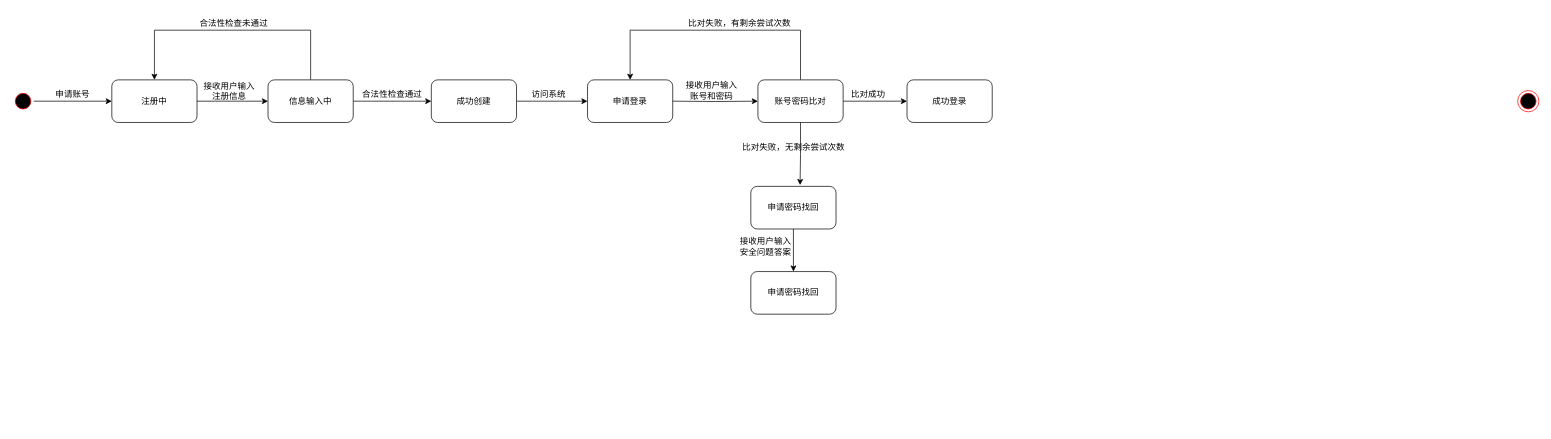
The draw.io diagram User状态图.drawio in PomeloLemon/SoftwareDiagrams, before the edit. Source tidied: cells renumbered, new cells numbered last; positions are measured from the earlier drawing's top-left corner, leaving out a move shared by most shapes. Both pictures are drawn from the tidied source at 71%, with x=0, y=0 at pixel (12, 12).
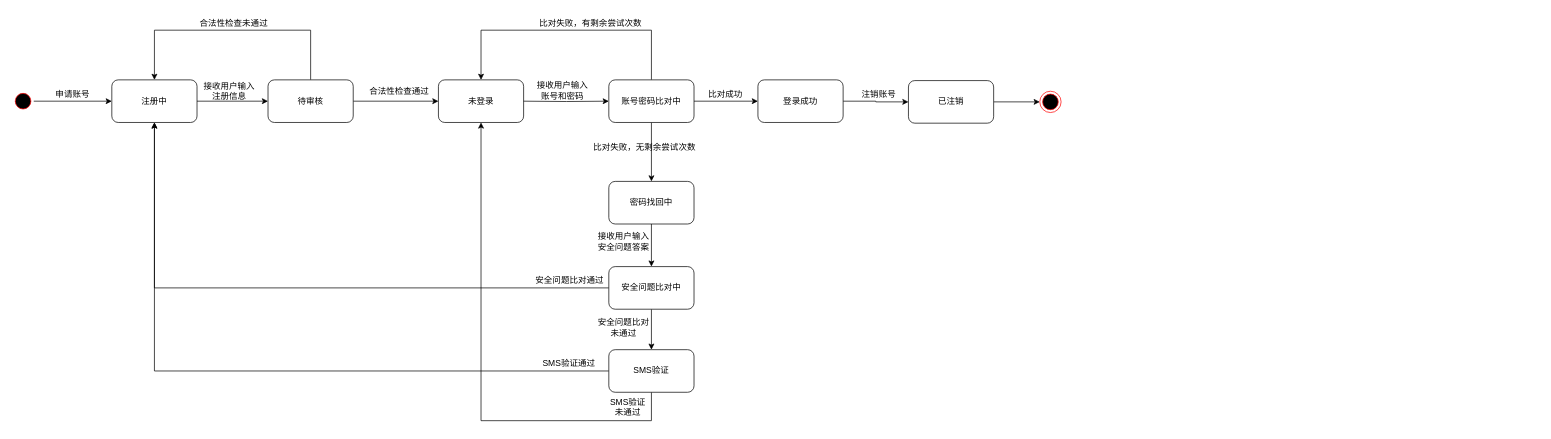
After the change.

Commit message (it also covers changes not shown here):
更新User状态图.drawio

The change refers to these unchanged cells:
```xml
<mxCell id="3" value="注册中" style="rounded=1;whiteSpace=wrap;html=1;" parent="1" vertex="1">
  <mxGeometry x="140" y="95" width="120" height="60" as="geometry" />
</mxCell>
```

Change to the diagram source:
```diff
@@
-    <mxCell id="7" style="edgeStyle=orthogonalEdgeStyle;rounded=0;jettySize=auto;html=1;" parent="1" edge="1" source="9" target="12">
-      <mxGeometry relative="1" as="geometry" />
-    </mxCell>
@@
+    <mxCell id="32" style="edgeStyle=orthogonalEdgeStyle;rounded=0;jettySize=auto;html=1;entryX=0;entryY=0.5;entryDx=0;entryDy=0;" parent="1" edge="1" source="9" target="13">
+      <mxGeometry relative="1" as="geometry" />
+    </mxCell>
-    <mxCell id="9" value="信息输入中" style="rounded=1;whiteSpace=wrap;html=1;" parent="1" vertex="1">
+    <mxCell id="9" value="待审核" style="rounded=1;whiteSpace=wrap;html=1;" parent="1" vertex="1">
       <mxGeometry x="360" y="95" width="120" height="60" as="geometry" />
     </mxCell>
@@
-    <mxCell id="11" style="edgeStyle=orthogonalEdgeStyle;rounded=0;jettySize=auto;html=1;entryX=0;entryY=0.5;entryDx=0;entryDy=0;" parent="1" edge="1" source="12" target="13">
-      <mxGeometry relative="1" as="geometry" />
-    </mxCell>
-    <mxCell id="12" value="成功创建" style="rounded=1;whiteSpace=wrap;html=1;" parent="1" vertex="1">
-      <mxGeometry x="590" y="95" width="120" height="60" as="geometry" />
-    </mxCell>
-    <mxCell id="13" value="申请登录" style="rounded=1;whiteSpace=wrap;html=1;" parent="1" vertex="1">
-      <mxGeometry x="810" y="95" width="120" height="60" as="geometry" />
+    <mxCell id="13" value="未登录" style="rounded=1;whiteSpace=wrap;html=1;" parent="1" vertex="1">
+      <mxGeometry x="600" y="95" width="120" height="60" as="geometry" />
     </mxCell>
-    <mxCell id="14" value="访问系统" style="text;html=1;align=center;verticalAlign=middle;strokeColor=none;fillColor=none;" parent="1" vertex="1">
-      <mxGeometry x="720" y="100" width="70" height="30" as="geometry" />
-    </mxCell>
     <mxCell id="15" value="合法性检查通过" style="text;html=1;strokeColor=none;fillColor=none;align=center;verticalAlign=middle;whiteSpace=wrap;rounded=0;" parent="1" vertex="1">
-      <mxGeometry x="470" y="100" width="130" height="30" as="geometry" />
+      <mxGeometry x="480" y="96" width="130" height="30" as="geometry" />
     </mxCell>
     <mxCell id="16" style="edgeStyle=orthogonalEdgeStyle;rounded=0;jettySize=auto;html=1;" parent="1" edge="1" target="19">
       <mxGeometry relative="1" as="geometry">
-        <mxPoint x="930" y="125" as="sourcePoint" />
+        <mxPoint x="720" y="125" as="sourcePoint" />
       </mxGeometry>
     </mxCell>
@@
     <mxCell id="18" style="edgeStyle=orthogonalEdgeStyle;rounded=0;jettySize=auto;html=1;entryX=0.5;entryY=0;entryDx=0;entryDy=0;" parent="1" edge="1" source="19" target="13">
       <mxGeometry relative="1" as="geometry">
         <Array as="points">
-          <mxPoint x="1110" y="25" />
-          <mxPoint x="870" y="25" />
+          <mxPoint x="900" y="25" />
+          <mxPoint x="660" y="25" />
         </Array>
       </mxGeometry>
     </mxCell>
+    <mxCell id="29" style="edgeStyle=orthogonalEdgeStyle;rounded=0;jettySize=auto;html=1;entryX=0.5;entryY=0;entryDx=0;entryDy=0;" parent="1" edge="1" source="19" target="28">
+      <mxGeometry relative="1" as="geometry" />
+    </mxCell>
-    <mxCell id="19" value="账号密码比对" style="rounded=1;whiteSpace=wrap;html=1;" parent="1" vertex="1">
-      <mxGeometry x="1050" y="95" width="120" height="60" as="geometry" />
+    <mxCell id="19" value="账号密码比对中" style="rounded=1;whiteSpace=wrap;html=1;" parent="1" vertex="1">
+      <mxGeometry x="840" y="95" width="120" height="60" as="geometry" />
     </mxCell>
+    <mxCell id="33" style="edgeStyle=orthogonalEdgeStyle;rounded=0;jettySize=auto;html=1;entryX=0;entryY=0.5;entryDx=0;entryDy=0;" parent="1" edge="1" source="20" target="43">
+      <mxGeometry relative="1" as="geometry" />
+    </mxCell>
-    <mxCell id="20" value="成功登录" style="rounded=1;whiteSpace=wrap;html=1;" parent="1" vertex="1">
-      <mxGeometry x="1260" y="95" width="120" height="60" as="geometry" />
+    <mxCell id="20" value="登录成功" style="rounded=1;whiteSpace=wrap;html=1;" parent="1" vertex="1">
+      <mxGeometry x="1050" y="95" width="120" height="60" as="geometry" />
     </mxCell>
     <mxCell id="21" value="比对成功" style="text;html=1;align=center;verticalAlign=middle;strokeColor=none;fillColor=none;" parent="1" vertex="1">
-      <mxGeometry x="1170" y="100" width="70" height="30" as="geometry" />
+      <mxGeometry x="969" y="100" width="70" height="30" as="geometry" />
     </mxCell>
     <mxCell id="22" value="接收用户输入&lt;br&gt;账号和密码" style="text;html=1;strokeColor=none;fillColor=none;align=center;verticalAlign=middle;whiteSpace=wrap;rounded=0;" parent="1" vertex="1">
-      <mxGeometry x="920" y="95" width="130" height="30" as="geometry" />
+      <mxGeometry x="710" y="95" width="130" height="30" as="geometry" />
     </mxCell>
-    <mxCell id="23" style="ellipse;html=1;shape=endState;fillColor=#000000;strokeColor=#ff0000;" parent="1" vertex="1">
-      <mxGeometry x="2120" y="110" width="30" height="30" as="geometry" />
-    </mxCell>
@@
     <mxCell id="25" value="比对失败，无剩余尝试次数" style="text;html=1;strokeColor=none;fillColor=none;align=center;verticalAlign=middle;whiteSpace=wrap;rounded=0;" parent="1" vertex="1">
-      <mxGeometry x="1015.5" y="175" width="169" height="30" as="geometry" />
+      <mxGeometry x="805.5" y="175" width="169" height="30" as="geometry" />
     </mxCell>
     <mxCell id="26" value="比对失败，有剩余尝试次数" style="text;html=1;strokeColor=none;fillColor=none;align=center;verticalAlign=middle;whiteSpace=wrap;rounded=0;" parent="1" vertex="1">
-      <mxGeometry x="940" width="169" height="30" as="geometry" />
+      <mxGeometry x="730" width="169" height="30" as="geometry" />
     </mxCell>
@@
-    <mxCell id="28" value="申请密码找回" style="rounded=1;whiteSpace=wrap;html=1;" parent="1" vertex="1">
-      <mxGeometry x="1040" y="245" width="120" height="60" as="geometry" />
+    <mxCell id="28" value="密码找回中" style="rounded=1;whiteSpace=wrap;html=1;" parent="1" vertex="1">
+      <mxGeometry x="840" y="238" width="120" height="60" as="geometry" />
     </mxCell>
-    <mxCell id="29" style="edgeStyle=orthogonalEdgeStyle;rounded=0;jettySize=auto;html=1;entryX=0.578;entryY=-0.031;entryDx=0;entryDy=0;entryPerimeter=0;" parent="1" edge="1" source="19" target="28">
-      <mxGeometry relative="1" as="geometry" />
-    </mxCell>
+    <mxCell id="34" style="edgeStyle=orthogonalEdgeStyle;rounded=0;jettySize=auto;html=1;exitX=0;exitY=0.5;exitDx=0;exitDy=0;entryX=0.5;entryY=1;entryDx=0;entryDy=0;" parent="1" edge="1" source="30" target="3">
+      <mxGeometry relative="1" as="geometry" />
+    </mxCell>
+    <mxCell id="35" style="edgeStyle=orthogonalEdgeStyle;rounded=0;jettySize=auto;html=1;" parent="1" edge="1" source="30" target="39">
+      <mxGeometry relative="1" as="geometry" />
+    </mxCell>
-    <mxCell id="30" value="申请密码找回" style="rounded=1;whiteSpace=wrap;html=1;" parent="1" vertex="1">
-      <mxGeometry x="1040" y="365" width="120" height="60" as="geometry" />
+    <mxCell id="30" value="安全问题比对中" style="rounded=1;whiteSpace=wrap;html=1;" parent="1" vertex="1">
+      <mxGeometry x="840" y="358" width="120" height="60" as="geometry" />
     </mxCell>
     <mxCell id="31" value="接收用户输入&lt;br&gt;安全问题答案" style="text;html=1;strokeColor=none;fillColor=none;align=center;verticalAlign=middle;whiteSpace=wrap;rounded=0;" parent="1" vertex="1">
-      <mxGeometry x="1015.5" y="315" width="90" height="30" as="geometry" />
+      <mxGeometry x="815.5" y="308" width="90" height="30" as="geometry" />
     </mxCell>
+    <mxCell id="36" value="安全问题比对通过" style="text;html=1;strokeColor=none;fillColor=none;align=center;verticalAlign=middle;whiteSpace=wrap;rounded=0;" parent="1" vertex="1">
+      <mxGeometry x="700" y="362" width="170" height="30" as="geometry" />
+    </mxCell>
+    <mxCell id="37" style="edgeStyle=orthogonalEdgeStyle;rounded=0;jettySize=auto;html=1;entryX=0.5;entryY=1;entryDx=0;entryDy=0;" parent="1" edge="1" source="39" target="3">
+      <mxGeometry relative="1" as="geometry" />
+    </mxCell>
+    <mxCell id="38" style="edgeStyle=orthogonalEdgeStyle;rounded=0;jettySize=auto;html=1;entryX=0.5;entryY=1;entryDx=0;entryDy=0;" parent="1" edge="1" source="39" target="13">
+      <mxGeometry relative="1" as="geometry">
+        <Array as="points">
+          <mxPoint x="900" y="575" />
+          <mxPoint x="660" y="575" />
+        </Array>
+      </mxGeometry>
+    </mxCell>
+    <mxCell id="39" value="SMS验证" style="rounded=1;whiteSpace=wrap;html=1;" parent="1" vertex="1">
+      <mxGeometry x="840" y="475" width="120" height="60" as="geometry" />
+    </mxCell>
+    <mxCell id="40" value="安全问题比对&lt;br&gt;未通过" style="text;html=1;strokeColor=none;fillColor=none;align=center;verticalAlign=middle;whiteSpace=wrap;rounded=0;" parent="1" vertex="1">
+      <mxGeometry x="775.5" y="429" width="170" height="30" as="geometry" />
+    </mxCell>
+    <mxCell id="41" value="SMS验证通过" style="text;html=1;strokeColor=none;fillColor=none;align=center;verticalAlign=middle;whiteSpace=wrap;rounded=0;" parent="1" vertex="1">
+      <mxGeometry x="699" y="479" width="170" height="30" as="geometry" />
+    </mxCell>
+    <mxCell id="42" style="edgeStyle=orthogonalEdgeStyle;rounded=0;jettySize=auto;html=1;entryX=0;entryY=0.5;entryDx=0;entryDy=0;" parent="1" edge="1" source="43" target="45">
+      <mxGeometry relative="1" as="geometry" />
+    </mxCell>
+    <mxCell id="43" value="已注销" style="rounded=1;whiteSpace=wrap;html=1;" parent="1" vertex="1">
+      <mxGeometry x="1262" y="96" width="120" height="60" as="geometry" />
+    </mxCell>
+    <mxCell id="44" value="注销账号" style="text;html=1;align=center;verticalAlign=middle;strokeColor=none;fillColor=none;" parent="1" vertex="1">
+      <mxGeometry x="1185" y="100" width="70" height="30" as="geometry" />
+    </mxCell>
+    <mxCell id="45" style="ellipse;html=1;shape=endState;fillColor=#000000;strokeColor=#ff0000;" parent="1" vertex="1">
+      <mxGeometry x="1447" y="111" width="30" height="30" as="geometry" />
+    </mxCell>
+    <mxCell id="46" value="SMS验证&lt;br&gt;未通过" style="text;html=1;strokeColor=none;fillColor=none;align=center;verticalAlign=middle;whiteSpace=wrap;rounded=0;" parent="1" vertex="1">
+      <mxGeometry x="781.5" y="541" width="170" height="30" as="geometry" />
+    </mxCell>
```
